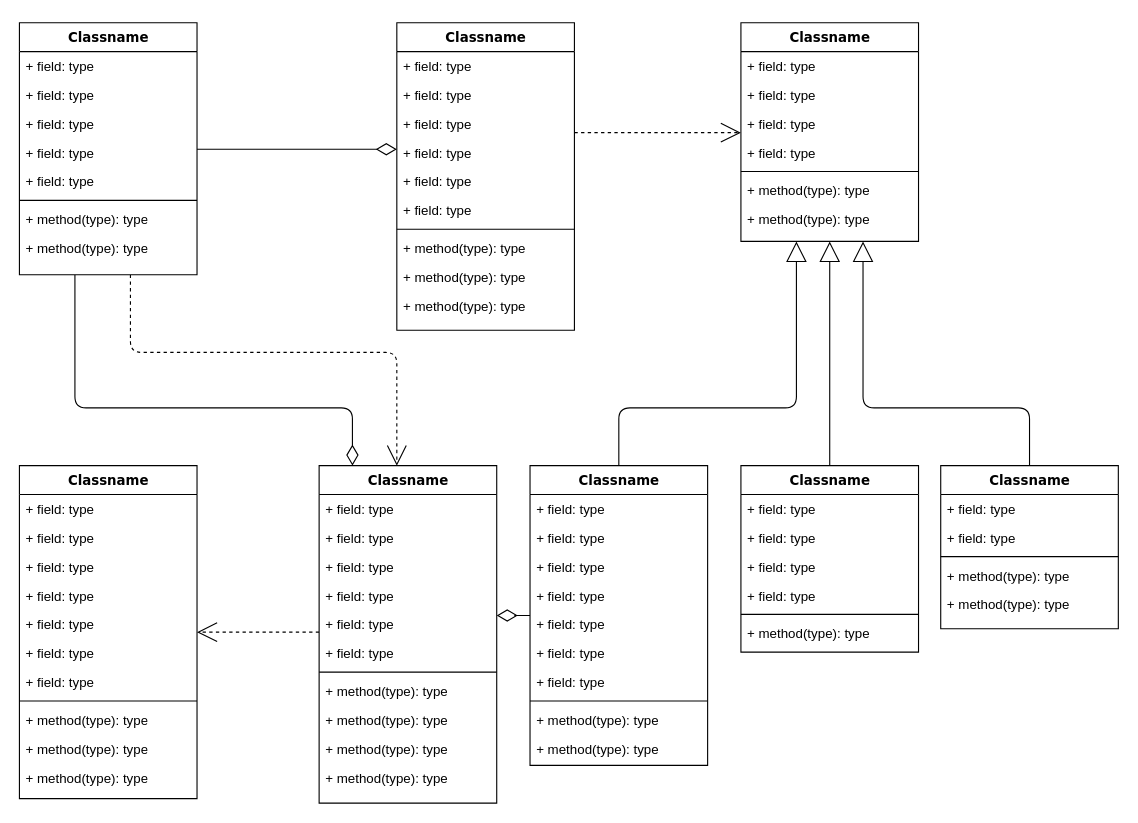
YueChuCheng/Wayside_draw keeps this draw.io diagram as page "Page-1" (1 of 2) of Untitled Diagram.drawio. Above is the earlier version. Source tidied: cells renumbered, new cells numbered last; positions are measured from the earlier drawing's top-left corner, leaving out a move shared by most shapes. Both pictures are drawn from the tidied source at 111%, with x=0, y=0 at pixel (19, 22).
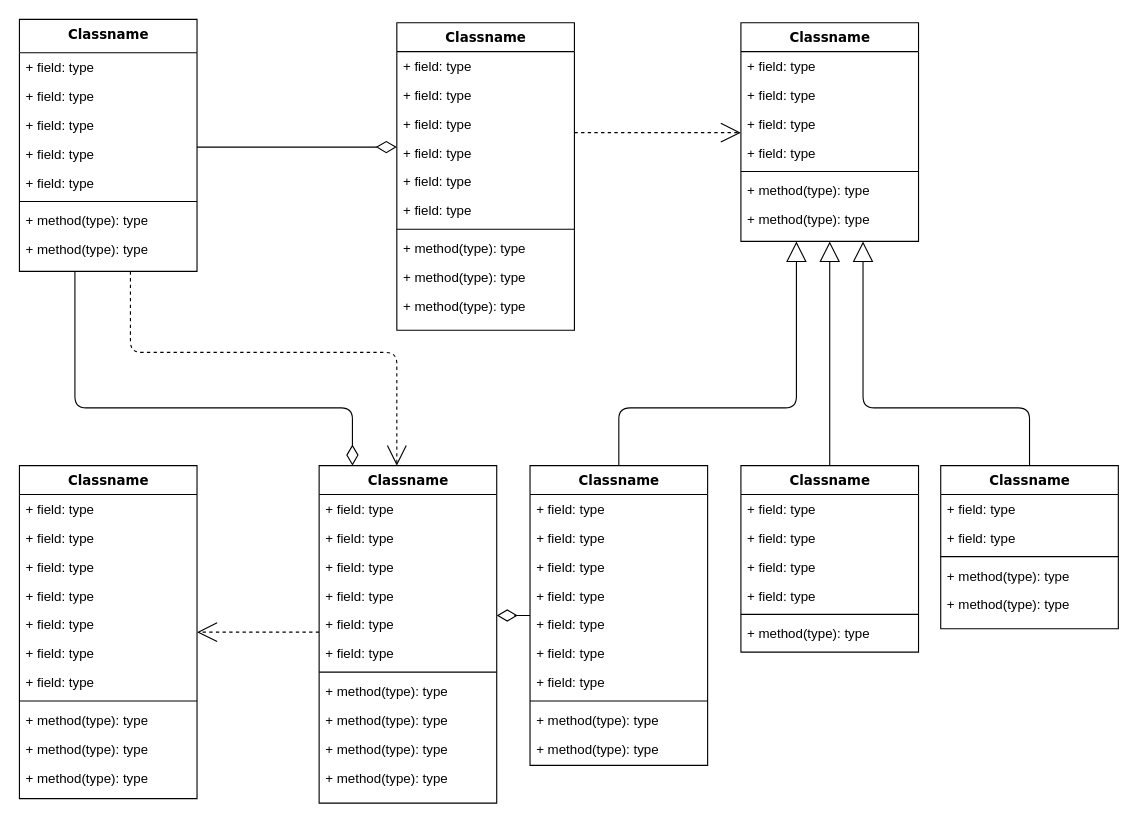
After the change.

What changed in the source:
```diff
@@
-    <mxCell id="4" value="Classname" style="swimlane;html=1;fontStyle=1;align=center;verticalAlign=top;horizontal=1;startSize=26;swimlaneFillColor=#ffffff;rounded=0;shadow=0;comic=0;labelBackgroundColor=none;strokeWidth=1;fillColor=none;fontFamily=Verdana;fontSize=12;" parent="1" vertex="1">
-      <mxGeometry width="160" height="227" as="geometry" />
+    <mxCell id="4" value="Classname" style="swimlane;html=1;fontStyle=1;align=center;verticalAlign=top;horizontal=1;startSize=30;swimlaneFillColor=#ffffff;rounded=0;shadow=0;comic=0;labelBackgroundColor=none;strokeWidth=1;fillColor=none;fontFamily=Verdana;fontSize=12;" parent="1" vertex="1">
+      <mxGeometry y="-3" width="160" height="227" as="geometry" />
     </mxCell>
     <mxCell id="5" value="+ field: type" style="text;html=1;strokeColor=none;fillColor=none;align=left;verticalAlign=top;spacingLeft=4;spacingRight=4;whiteSpace=wrap;overflow=hidden;" parent="4" vertex="1">
-      <mxGeometry y="26" width="160" height="26" as="geometry" />
+      <mxGeometry y="30" width="160" height="26" as="geometry" />
     </mxCell>
     <mxCell id="6" value="+ field: type" style="text;html=1;strokeColor=none;fillColor=none;align=left;verticalAlign=top;spacingLeft=4;spacingRight=4;whiteSpace=wrap;overflow=hidden;" parent="4" vertex="1">
-      <mxGeometry y="52" width="160" height="26" as="geometry" />
+      <mxGeometry y="56" width="160" height="26" as="geometry" />
     </mxCell>
     <mxCell id="7" value="+ field: type" style="text;html=1;strokeColor=none;fillColor=none;align=left;verticalAlign=top;spacingLeft=4;spacingRight=4;whiteSpace=wrap;overflow=hidden;" parent="4" vertex="1">
-      <mxGeometry y="78" width="160" height="26" as="geometry" />
+      <mxGeometry y="82" width="160" height="26" as="geometry" />
     </mxCell>
     <mxCell id="8" value="+ field: type" style="text;html=1;strokeColor=none;fillColor=none;align=left;verticalAlign=top;spacingLeft=4;spacingRight=4;whiteSpace=wrap;overflow=hidden;" parent="4" vertex="1">
-      <mxGeometry y="104" width="160" height="26" as="geometry" />
+      <mxGeometry y="108" width="160" height="26" as="geometry" />
     </mxCell>
     <mxCell id="9" value="+ field: type" style="text;html=1;strokeColor=none;fillColor=none;align=left;verticalAlign=top;spacingLeft=4;spacingRight=4;whiteSpace=wrap;overflow=hidden;" parent="4" vertex="1">
-      <mxGeometry y="130" width="160" height="26" as="geometry" />
+      <mxGeometry y="134" width="160" height="26" as="geometry" />
     </mxCell>
     <mxCell id="10" style="line;html=1;strokeWidth=1;fillColor=none;align=left;verticalAlign=middle;spacingTop=-1;spacingLeft=3;spacingRight=3;labelPosition=right;" parent="4" vertex="1">
-      <mxGeometry y="156" width="160" height="8" as="geometry" />
+      <mxGeometry y="160" width="160" height="8" as="geometry" />
     </mxCell>
     <mxCell id="11" value="+ method(type): type" style="text;html=1;strokeColor=none;fillColor=none;align=left;verticalAlign=top;spacingLeft=4;spacingRight=4;whiteSpace=wrap;overflow=hidden;" parent="4" vertex="1">
-      <mxGeometry y="164" width="160" height="26" as="geometry" />
+      <mxGeometry y="168" width="160" height="26" as="geometry" />
     </mxCell>
     <mxCell id="12" value="+ method(type): type" style="text;html=1;strokeColor=none;fillColor=none;align=left;verticalAlign=top;spacingLeft=4;spacingRight=4;whiteSpace=wrap;overflow=hidden;" parent="4" vertex="1">
-      <mxGeometry y="190" width="160" height="26" as="geometry" />
+      <mxGeometry y="194" width="160" height="26" as="geometry" />
     </mxCell>
```
